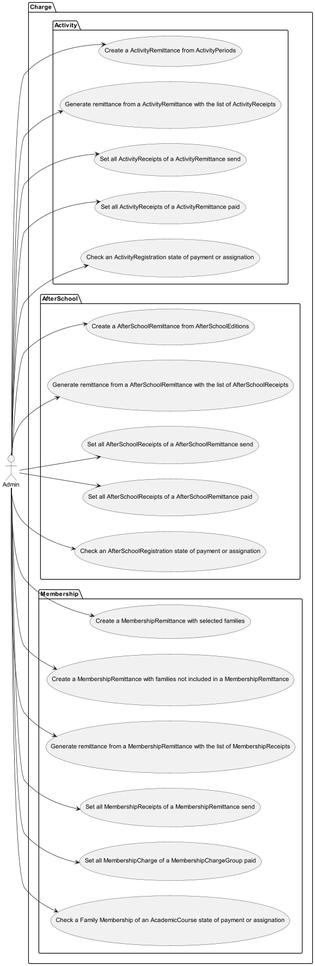
Above: doc/UseCasesDiagram/Charge/Charge.png in IgnacioMaestro/ampa-manager (PlantUML), before the change.
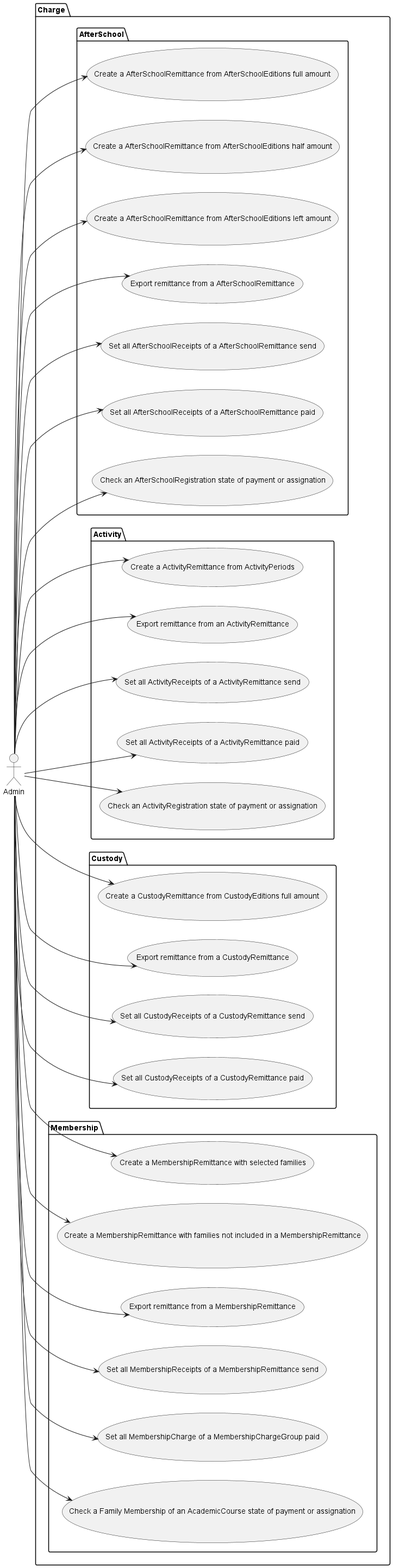
After the change.

Diff of the diagram source:
```diff
@@ -4,14 +4,22 @@
 package Charge {
     package Activity{
       Admin --> (Create a ActivityRemittance from ActivityPeriods)
-      Admin --> (Generate remittance from a ActivityRemittance with the list of ActivityReceipts)
+      Admin --> (Export remittance from an ActivityRemittance)
       Admin --> (Set all ActivityReceipts of a ActivityRemittance send)
       Admin --> (Set all ActivityReceipts of a ActivityRemittance paid)
       Admin --> (Check an ActivityRegistration state of payment or assignation)
     }
+    package Custody{
+      Admin --> (Create a CustodyRemittance from CustodyEditions full amount)
+      Admin --> (Export remittance from a CustodyRemittance)
+      Admin --> (Set all CustodyReceipts of a CustodyRemittance send)
+      Admin --> (Set all CustodyReceipts of a CustodyRemittance paid)
+    }
     package AfterSchool{
-      Admin --> (Create a AfterSchoolRemittance from AfterSchoolEditions)
-      Admin --> (Generate remittance from a AfterSchoolRemittance with the list of AfterSchoolReceipts)
+      Admin --> (Create a AfterSchoolRemittance from AfterSchoolEditions full amount)
+      Admin --> (Create a AfterSchoolRemittance from AfterSchoolEditions half amount)
+      Admin --> (Create a AfterSchoolRemittance from AfterSchoolEditions left amount)
+      Admin --> (Export remittance from a AfterSchoolRemittance)
       Admin --> (Set all AfterSchoolReceipts of a AfterSchoolRemittance send)
       Admin --> (Set all AfterSchoolReceipts of a AfterSchoolRemittance paid)
       Admin --> (Check an AfterSchoolRegistration state of payment or assignation)
@@ -19,7 +27,7 @@
     package Membership{
       Admin --> (Create a MembershipRemittance with selected families)
       Admin --> (Create a MembershipRemittance with families not included in a MembershipRemittance)
-      Admin --> (Generate remittance from a MembershipRemittance with the list of MembershipReceipts)
+      Admin --> (Export remittance from a MembershipRemittance)
       Admin --> (Set all MembershipReceipts of a MembershipRemittance send)
       Admin --> (Set all MembershipCharge of a MembershipChargeGroup paid)
       Admin --> (Check a Family Membership of an AcademicCourse state of payment or assignation)
```
